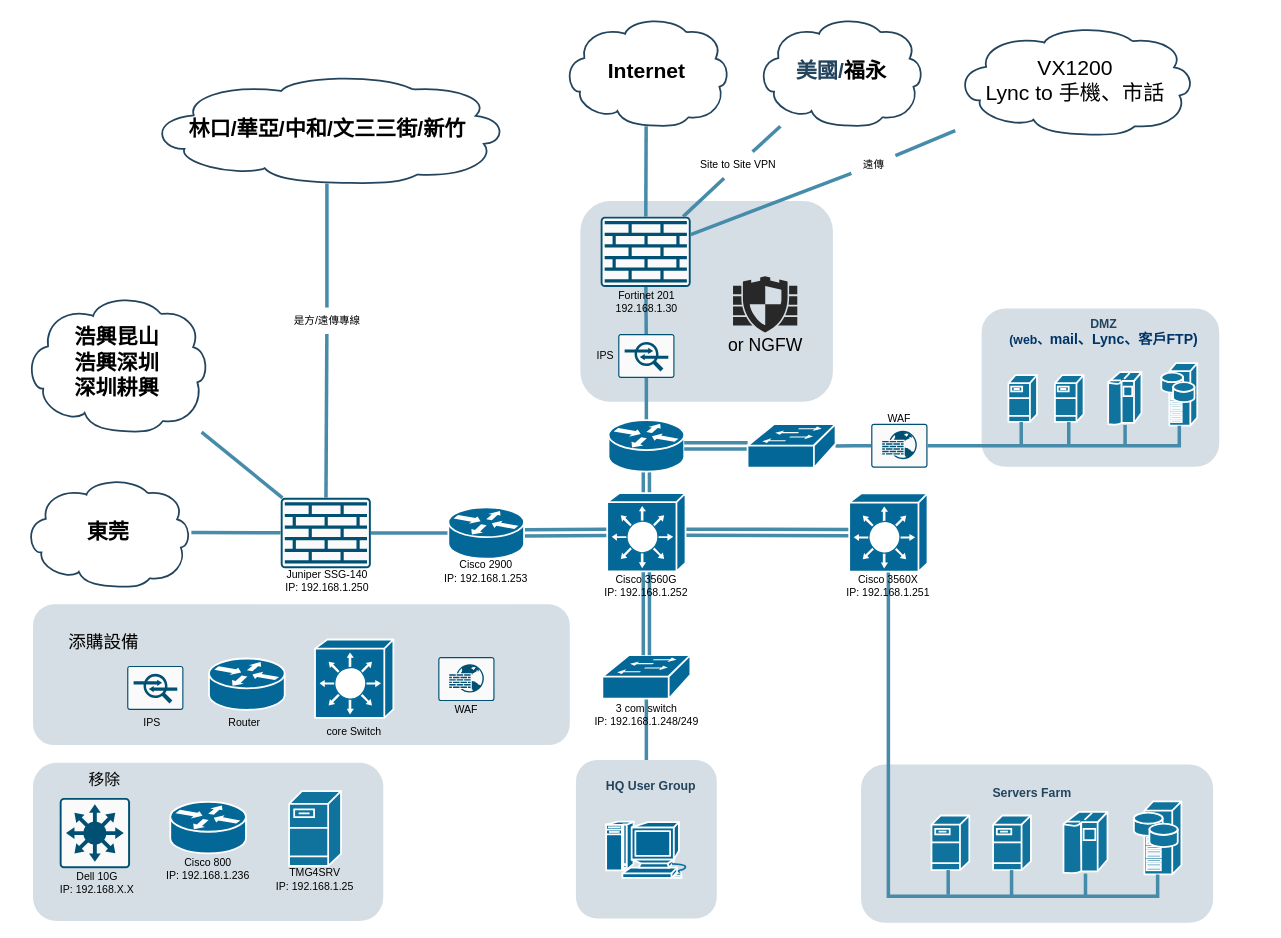
Earlier version of the draw.io diagram HQ-V2.drawio (KevinKuo2519/AI-Prpgram). Source tidied: cells renumbered, new cells numbered last; positions are measured from the earlier drawing's top-left corner, leaving out a move shared by most shapes. Both pictures are drawn from the tidied source at 88%, with x=0, y=0 at pixel (15, 16).
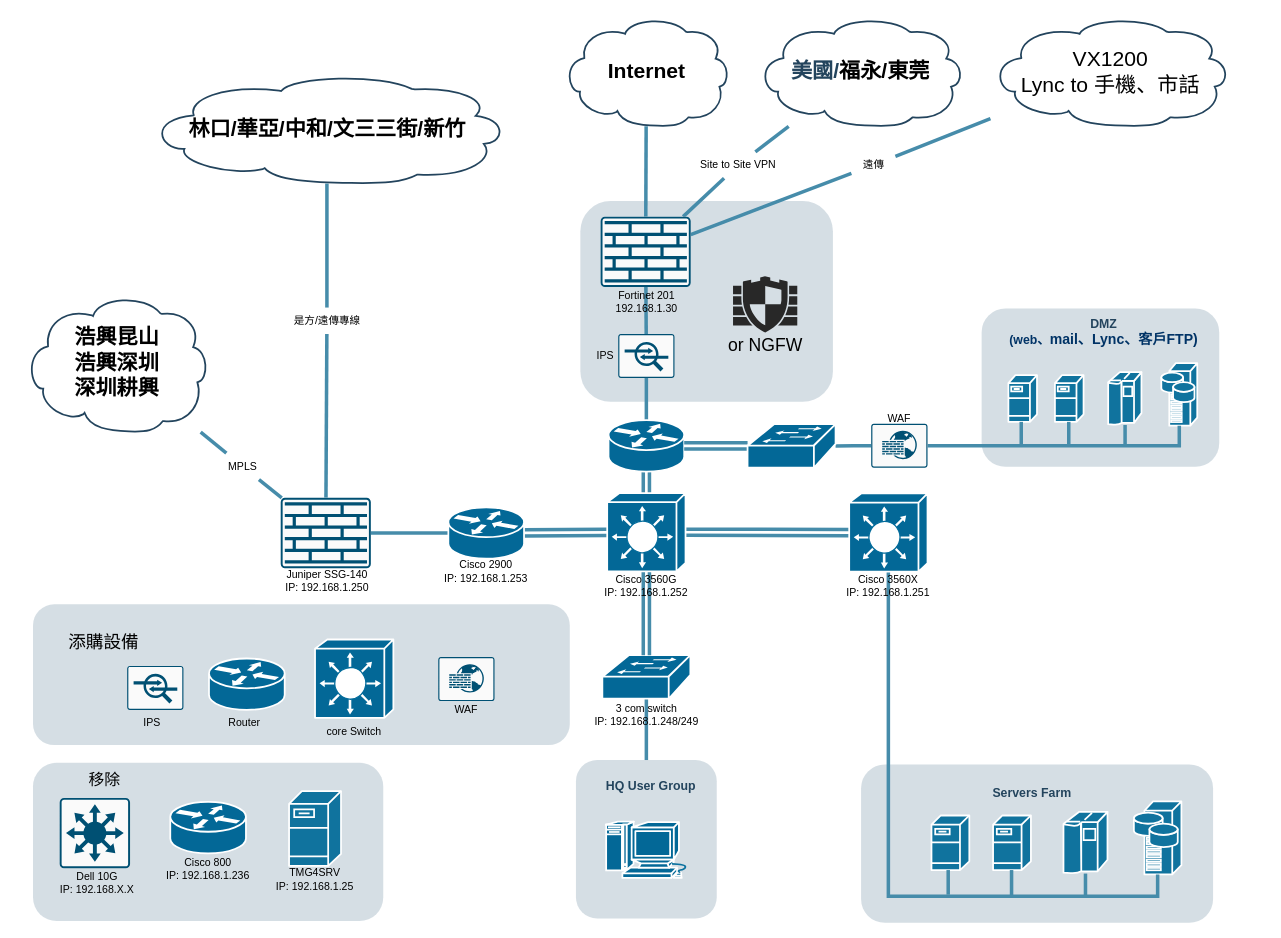
After the change.

Unchanged cells that the change refers to:
```xml
<mxCell id="36" value="&lt;p style=&quot;margin-top: 0pt; margin-bottom: 0pt; margin-left: 0in; direction: ltr; unicode-bidi: embed; word-break: normal; font-size: 23px;&quot;&gt;&lt;/p&gt;&lt;p style=&quot;margin-top: 0pt; margin-bottom: 0pt; margin-left: 0in; direction: ltr; unicode-bidi: embed; word-break: normal;&quot;&gt;&lt;font style=&quot;background-color: initial;&quot; color=&quot;#000000&quot;&gt;&lt;span style=&quot;font-size: 18pt; font-family: 微軟正黑體;&quot;&gt;浩興昆山&lt;/span&gt;&lt;/font&gt;&lt;br&gt;&lt;/p&gt;&lt;p style=&quot;margin-top: 0pt; margin-bottom: 0pt; margin-left: 0in; direction: ltr; unicode-bidi: embed; word-break: normal;&quot;&gt;&lt;span style=&quot;font-family: 微軟正黑體; font-size: 18pt; color: rgb(0, 0, 0); background-color: initial;&quot;&gt;浩興深圳&lt;/span&gt;&lt;/p&gt;&lt;p style=&quot;margin-top: 0pt; margin-bottom: 0pt; margin-left: 0in; direction: ltr; unicode-bidi: embed; word-break: normal;&quot;&gt;&lt;span style=&quot;color: rgb(0, 0, 0); background-color: initial; font-size: 18pt; font-family: 微軟正黑體;&quot;&gt;深圳耕興&lt;/span&gt;&lt;br&gt;&lt;/p&gt;" style="shape=mxgraph.cisco.storage.cloud;html=1;dashed=0;strokeColor=#23445D;fillColor=#ffffff;strokeWidth=2;fontFamily=Helvetica;fontSize=24;fontColor=#23445D;align=center;fontStyle=1;" parent="1" vertex="1">
  <mxGeometry x="10" y="315.5" width="210" height="157" as="geometry" />
</mxCell>
<mxCell id="80" style="sketch=0;points=[[0.015,0.015,0],[0.985,0.015,0],[0.985,0.985,0],[0.015,0.985,0],[0.25,0,0],[0.5,0,0],[0.75,0,0],[1,0.25,0],[1,0.5,0],[1,0.75,0],[0.75,1,0],[0.5,1,0],[0.25,1,0],[0,0.75,0],[0,0.5,0],[0,0.25,0]];verticalLabelPosition=bottom;html=1;verticalAlign=top;align=center;shape=mxgraph.cisco19.rect;prIcon=firewall;fillColor=#FAFAFA;strokeColor=#005073;" parent="79" vertex="1">
  <mxGeometry width="102.4" height="80" as="geometry" />
</mxCell>
```

What changed in the source:
```diff
@@
     <mxCell id="23" value="&lt;p style=&quot;margin-top: 0pt; margin-bottom: 0pt; margin-left: 0in; direction: ltr; unicode-bidi: embed; word-break: normal; font-size: 23px;&quot;&gt;&lt;/p&gt;&lt;p style=&quot;border-color: var(--border-color); color: rgb(0, 0, 0); font-weight: 400; margin-top: 0pt; margin-bottom: 0pt; margin-left: 0in; direction: ltr; unicode-bidi: embed; word-break: normal;&quot;&gt;&lt;font style=&quot;border-color: var(--border-color);&quot;&gt;VX1200&lt;/font&gt;&lt;/p&gt;&lt;p style=&quot;border-color: var(--border-color); color: rgb(0, 0, 0); font-weight: 400; margin-top: 0pt; margin-bottom: 0pt; margin-left: 0in; direction: ltr; unicode-bidi: embed; word-break: normal;&quot;&gt;&lt;font style=&quot;border-color: var(--border-color);&quot;&gt;Lync to&amp;nbsp;&lt;span style=&quot;border-color: var(--border-color); font-family: 微軟正黑體;&quot;&gt;手機、市話&lt;/span&gt;&lt;/font&gt;&lt;/p&gt;" style="shape=mxgraph.cisco.storage.cloud;html=1;dashed=0;strokeColor=#23445D;fillColor=#ffffff;strokeWidth=2;fontFamily=Helvetica;fontSize=24;fontColor=#23445D;align=center;fontStyle=1;" parent="1" vertex="1">
-      <mxGeometry x="1068" y="10" width="272" height="125" as="geometry" />
+      <mxGeometry x="1108" width="272" height="125" as="geometry" />
     </mxCell>
@@
-    <mxCell id="39" value="&lt;p style=&quot;margin-top: 0pt; margin-bottom: 0pt; margin-left: 0in; direction: ltr; unicode-bidi: embed; word-break: normal; font-size: 23px;&quot;&gt;&lt;/p&gt;&lt;p style=&quot;margin-top: 0pt; margin-bottom: 0pt; margin-left: 0in; direction: ltr; unicode-bidi: embed; word-break: normal;&quot;&gt;&lt;span style=&quot;color: rgb(0, 0, 0); background-color: initial;&quot;&gt;東莞&lt;/span&gt;&lt;br&gt;&lt;/p&gt;" style="shape=mxgraph.cisco.storage.cloud;html=1;dashed=0;strokeColor=#23445D;fillColor=#ffffff;strokeWidth=2;fontFamily=Helvetica;fontSize=24;fontColor=#23445D;align=center;fontStyle=1;" parent="1" vertex="1">
-      <mxGeometry x="10" y="523.7" width="190" height="125" as="geometry" />
-    </mxCell>
-    <mxCell id="40" style="rounded=1;jettySize=auto;html=1;endArrow=none;endFill=0;strokeColor=#468CAA;strokeWidth=4;" parent="1" edge="1" source="80" target="39">
-      <mxGeometry relative="1" as="geometry" />
-    </mxCell>
@@
-    <mxCell id="46" style="rounded=1;jettySize=auto;html=1;endArrow=none;endFill=0;strokeColor=#468CAA;strokeWidth=4;" parent="1" edge="1" source="36" target="80">
+    <mxCell id="46" style="rounded=1;jettySize=auto;html=1;endArrow=none;endFill=0;strokeColor=#468CAA;strokeWidth=4;" parent="1" edge="1" source="109" target="80">
       <mxGeometry relative="1" as="geometry" />
     </mxCell>
@@
-    <mxCell id="85" value="&lt;p style=&quot;margin-top: 0pt; margin-bottom: 0pt; margin-left: 0in; direction: ltr; unicode-bidi: embed; word-break: normal; font-size: 23px;&quot;&gt;&lt;/p&gt;&lt;p style=&quot;border-color: var(--border-color); margin-top: 0pt; margin-bottom: 0pt; margin-left: 0in; direction: ltr; unicode-bidi: embed; word-break: normal;&quot;&gt;美國/&lt;span style=&quot;background-color: initial; color: rgb(0, 0, 0); font-size: 18pt;&quot;&gt;福永&lt;/span&gt;&lt;/p&gt;" style="shape=mxgraph.cisco.storage.cloud;html=1;dashed=0;strokeColor=#23445D;fillColor=#ffffff;strokeWidth=2;fontFamily=Helvetica;fontSize=24;fontColor=#23445D;align=center;fontStyle=1;" parent="1" vertex="1">
-      <mxGeometry x="842.5" width="190" height="125" as="geometry" />
+    <mxCell id="85" value="&lt;p style=&quot;margin-top: 0pt; margin-bottom: 0pt; margin-left: 0in; direction: ltr; unicode-bidi: embed; word-break: normal; font-size: 23px;&quot;&gt;&lt;/p&gt;&lt;p style=&quot;border-color: var(--border-color); margin-top: 0pt; margin-bottom: 0pt; margin-left: 0in; direction: ltr; unicode-bidi: embed; word-break: normal;&quot;&gt;美國/&lt;span style=&quot;background-color: initial; color: rgb(0, 0, 0); font-size: 18pt;&quot;&gt;福永/東莞&lt;/span&gt;&lt;/p&gt;" style="shape=mxgraph.cisco.storage.cloud;html=1;dashed=0;strokeColor=#23445D;fillColor=#ffffff;strokeWidth=2;fontFamily=Helvetica;fontSize=24;fontColor=#23445D;align=center;fontStyle=1;" parent="1" vertex="1">
+      <mxGeometry x="842.5" width="235.5" height="125" as="geometry" />
     </mxCell>
@@
+    <mxCell id="108" style="rounded=1;jettySize=auto;html=1;endArrow=none;endFill=0;strokeColor=#468CAA;strokeWidth=4;" parent="1" edge="1" source="36" target="109">
+      <mxGeometry relative="1" as="geometry" />
+    </mxCell>
+    <mxCell id="109" value="MPLS" style="text;html=1;align=center;verticalAlign=middle;points=[];strokeColor=none;fillColor=none;" parent="1" vertex="1">
+      <mxGeometry x="228" y="496.5" width="60" height="30" as="geometry" />
+    </mxCell>
```
